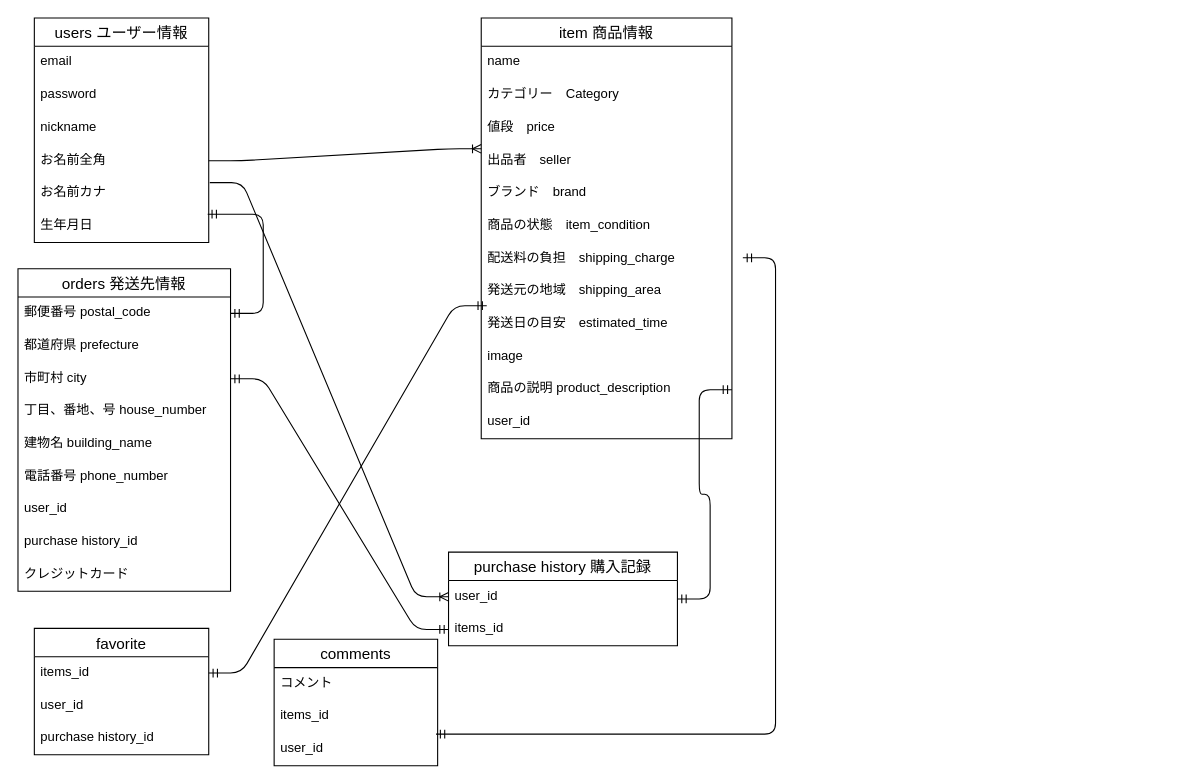
Above: test..dio in MasayukiU/furima-35825 (draw.io), before the change. Source tidied: cells renumbered, new cells numbered last; positions are measured from the earlier drawing's top-left corner, leaving out a move shared by most shapes. Both pictures are drawn from the tidied source at 109%, with x=0, y=0 at pixel (17, 17).
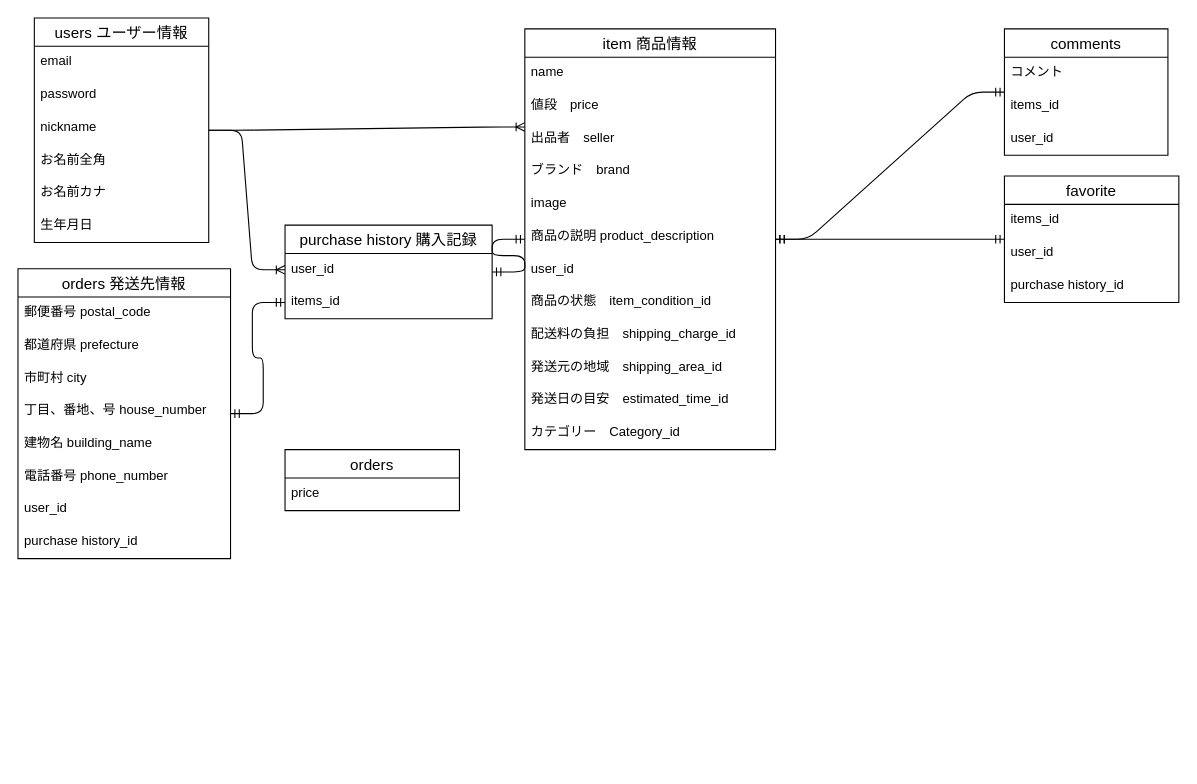
The same diagram, later.

Commit message (it also covers changes not shown here):
データベース設計 #1 修正

Unchanged cells that the change refers to:
```xml
<mxCell id="2" value="users ユーザー情報" style="swimlane;fontStyle=0;horizontal=1;startSize=26;align=center;fontSize=14;" parent="1" vertex="1">
  <mxGeometry x="15" width="160" height="206" as="geometry" />
</mxCell>
<mxCell id="6" value="お名前全角" style="text;strokeColor=none;fillColor=none;spacingLeft=4;spacingRight=4;overflow=hidden;points=[[0,0.5],[1,0.5]];portConstraint=eastwest;fontSize=12;" parent="2" vertex="1">
  <mxGeometry y="116" width="160" height="30" as="geometry" />
</mxCell>
<mxCell id="7" value="お名前カナ" style="text;strokeColor=none;fillColor=none;spacingLeft=4;spacingRight=4;overflow=hidden;points=[[0,0.5],[1,0.5]];portConstraint=eastwest;fontSize=12;" parent="2" vertex="1">
  <mxGeometry y="146" width="160" height="30" as="geometry" />
</mxCell>
<mxCell id="8" value="生年月日" style="text;strokeColor=none;fillColor=none;spacingLeft=4;spacingRight=4;overflow=hidden;points=[[0,0.5],[1,0.5]];portConstraint=eastwest;fontSize=12;" parent="2" vertex="1">
  <mxGeometry y="176" width="160" height="30" as="geometry" />
</mxCell>
<mxCell id="23" value="郵便番号 postal_code" style="text;strokeColor=none;fillColor=none;spacingLeft=4;spacingRight=4;overflow=hidden;points=[[0,0.5],[1,0.5]];portConstraint=eastwest;fontSize=12;" parent="22" vertex="1">
  <mxGeometry y="26" width="195" height="30" as="geometry" />
</mxCell>
<mxCell id="25" value="市町村 city&#10;" style="text;strokeColor=none;fillColor=none;spacingLeft=4;spacingRight=4;overflow=hidden;points=[[0,0.5],[1,0.5]];portConstraint=eastwest;fontSize=12;" parent="22" vertex="1">
  <mxGeometry y="86" width="195" height="30" as="geometry" />
</mxCell>
<mxCell id="35" value="user_id" style="text;strokeColor=none;fillColor=none;spacingLeft=4;spacingRight=4;overflow=hidden;points=[[0,0.5],[1,0.5]];portConstraint=eastwest;fontSize=12;" parent="32" vertex="1">
  <mxGeometry y="86" width="150" height="30" as="geometry" />
</mxCell>
<mxCell id="37" value="items_id" style="text;strokeColor=none;fillColor=none;spacingLeft=4;spacingRight=4;overflow=hidden;points=[[0,0.5],[1,0.5]];portConstraint=eastwest;fontSize=12;" parent="36" vertex="1">
  <mxGeometry y="26" width="160" height="30" as="geometry" />
</mxCell>
```

What changed in the source:
```diff
@@
     <mxCell id="9" value="item 商品情報" style="swimlane;fontStyle=0;horizontal=1;startSize=26;align=center;fontSize=14;" parent="1" vertex="1">
-      <mxGeometry x="425" width="230" height="386" as="geometry" />
+      <mxGeometry x="465" y="10" width="230" height="386" as="geometry" />
     </mxCell>
@@
-    <mxCell id="11" value="カテゴリー　Category&#10;&#10;" style="text;strokeColor=none;fillColor=none;spacingLeft=4;spacingRight=4;overflow=hidden;fontSize=12;" parent="9" vertex="1">
-      <mxGeometry y="56" width="230" height="30" as="geometry" />
-    </mxCell>
     <mxCell id="12" value="値段　price&#10;" style="text;strokeColor=none;fillColor=none;spacingLeft=4;spacingRight=4;overflow=hidden;fontSize=12;" parent="9" vertex="1">
-      <mxGeometry y="86" width="230" height="30" as="geometry" />
+      <mxGeometry y="56" width="230" height="30" as="geometry" />
     </mxCell>
     <mxCell id="13" value="出品者　seller" style="text;strokeColor=none;fillColor=none;spacingLeft=4;spacingRight=4;overflow=hidden;points=[[0,0.5],[1,0.5]];portConstraint=eastwest;fontSize=12;" parent="9" vertex="1">
-      <mxGeometry y="116" width="230" height="30" as="geometry" />
+      <mxGeometry y="86" width="230" height="30" as="geometry" />
     </mxCell>
     <mxCell id="14" value="ブランド　brand" style="text;strokeColor=none;fillColor=none;spacingLeft=4;spacingRight=4;overflow=hidden;fontSize=12;" parent="9" vertex="1">
-      <mxGeometry y="146" width="230" height="30" as="geometry" />
+      <mxGeometry y="116" width="230" height="30" as="geometry" />
     </mxCell>
+    <mxCell id="19" value="image&#10;" style="text;strokeColor=none;fillColor=none;spacingLeft=4;spacingRight=4;overflow=hidden;fontSize=12;" parent="9" vertex="1">
+      <mxGeometry y="146" width="230" height="30" as="geometry" />
+    </mxCell>
+    <mxCell id="20" value="商品の説明 product_description" style="text;strokeColor=none;fillColor=none;spacingLeft=4;spacingRight=4;overflow=hidden;fontSize=12;" parent="9" vertex="1">
+      <mxGeometry y="176" width="230" height="30" as="geometry" />
+    </mxCell>
+    <mxCell id="21" value="user_id" style="text;strokeColor=none;fillColor=none;spacingLeft=4;spacingRight=4;overflow=hidden;fontSize=12;" parent="9" vertex="1">
+      <mxGeometry y="206" width="230" height="30" as="geometry" />
+    </mxCell>
-    <mxCell id="15" value="商品の状態　item_condition" style="text;strokeColor=none;fillColor=none;spacingLeft=4;spacingRight=4;overflow=hidden;fontSize=12;" parent="9" vertex="1">
-      <mxGeometry y="176" width="230" height="30" as="geometry" />
+    <mxCell id="15" value="商品の状態　item_condition_id" style="text;strokeColor=none;fillColor=none;spacingLeft=4;spacingRight=4;overflow=hidden;fontSize=12;" parent="9" vertex="1">
+      <mxGeometry y="236" width="230" height="30" as="geometry" />
     </mxCell>
-    <mxCell id="16" value="配送料の負担　shipping_charge" style="text;strokeColor=none;fillColor=none;spacingLeft=4;spacingRight=4;overflow=hidden;fontSize=12;" parent="9" vertex="1">
-      <mxGeometry y="206" width="230" height="30" as="geometry" />
+    <mxCell id="16" value="配送料の負担　shipping_charge_id" style="text;strokeColor=none;fillColor=none;spacingLeft=4;spacingRight=4;overflow=hidden;fontSize=12;" parent="9" vertex="1">
+      <mxGeometry y="266" width="230" height="30" as="geometry" />
     </mxCell>
-    <mxCell id="17" value="発送元の地域　shipping_area" style="text;strokeColor=none;fillColor=none;spacingLeft=4;spacingRight=4;overflow=hidden;fontSize=12;" parent="9" vertex="1">
-      <mxGeometry y="236" width="230" height="30" as="geometry" />
+    <mxCell id="17" value="発送元の地域　shipping_area_id" style="text;strokeColor=none;fillColor=none;spacingLeft=4;spacingRight=4;overflow=hidden;fontSize=12;" parent="9" vertex="1">
+      <mxGeometry y="296" width="230" height="30" as="geometry" />
     </mxCell>
-    <mxCell id="18" value="発送日の目安　estimated_time" style="text;strokeColor=none;fillColor=none;spacingLeft=4;spacingRight=4;overflow=hidden;points=[[0,0.5],[1,0.5]];portConstraint=eastwest;fontSize=12;" parent="9" vertex="1">
-      <mxGeometry y="266" width="230" height="30" as="geometry" />
+    <mxCell id="18" value="発送日の目安　estimated_time_id" style="text;strokeColor=none;fillColor=none;spacingLeft=4;spacingRight=4;overflow=hidden;points=[[0,0.5],[1,0.5]];portConstraint=eastwest;fontSize=12;" parent="9" vertex="1">
+      <mxGeometry y="326" width="230" height="30" as="geometry" />
     </mxCell>
-    <mxCell id="19" value="image&#10;" style="text;strokeColor=none;fillColor=none;spacingLeft=4;spacingRight=4;overflow=hidden;fontSize=12;" parent="9" vertex="1">
-      <mxGeometry y="296" width="230" height="30" as="geometry" />
-    </mxCell>
-    <mxCell id="20" value="商品の説明 product_description" style="text;strokeColor=none;fillColor=none;spacingLeft=4;spacingRight=4;overflow=hidden;fontSize=12;" parent="9" vertex="1">
-      <mxGeometry y="326" width="230" height="30" as="geometry" />
-    </mxCell>
-    <mxCell id="21" value="user_id" style="text;strokeColor=none;fillColor=none;spacingLeft=4;spacingRight=4;overflow=hidden;fontSize=12;" parent="9" vertex="1">
-      <mxGeometry y="356" width="230" height="30" as="geometry" />
-    </mxCell>
+    <mxCell id="11" value="カテゴリー　Category_id" style="text;strokeColor=none;fillColor=none;spacingLeft=4;spacingRight=4;overflow=hidden;fontSize=12;" parent="9" vertex="1">
+      <mxGeometry y="356" width="230" height="30" as="geometry" />
+    </mxCell>
     <mxCell id="22" value="orders 発送先情報" style="swimlane;fontStyle=0;horizontal=1;startSize=26;align=center;fontSize=14;" parent="1" vertex="1">
-      <mxGeometry y="230" width="195" height="296" as="geometry" />
+      <mxGeometry y="230" width="195" height="266" as="geometry" />
     </mxCell>
@@
-    <mxCell id="31" value="クレジットカード" style="text;strokeColor=none;fillColor=none;spacingLeft=4;spacingRight=4;overflow=hidden;fontSize=12;" parent="22" vertex="1">
-      <mxGeometry y="266" width="195" height="30" as="geometry" />
-    </mxCell>
     <mxCell id="32" value="comments" style="swimlane;fontStyle=0;horizontal=1;startSize=26;align=center;fontSize=14;" parent="1" vertex="1">
-      <mxGeometry x="235" y="570" width="150" height="116" as="geometry" />
+      <mxGeometry x="905" y="10" width="150" height="116" as="geometry" />
     </mxCell>
@@
     <mxCell id="36" value="favorite" style="swimlane;fontStyle=0;horizontal=1;startSize=26;align=center;fontSize=14;" parent="1" vertex="1">
-      <mxGeometry x="15" y="560" width="160" height="116" as="geometry" />
+      <mxGeometry x="905" y="145" width="160" height="116" as="geometry" />
     </mxCell>
@@
     <mxCell id="40" value="purchase history 購入記録" style="swimlane;fontStyle=0;horizontal=1;startSize=26;align=center;fontSize=14;" parent="1" vertex="1">
-      <mxGeometry x="395" y="490" width="210" height="86" as="geometry" />
+      <mxGeometry x="245" y="190" width="190" height="86" as="geometry" />
     </mxCell>
     <mxCell id="41" value="user_id" style="text;strokeColor=none;fillColor=none;spacingLeft=4;spacingRight=4;overflow=hidden;points=[[0,0.5],[1,0.5]];portConstraint=eastwest;fontSize=12;" parent="40" vertex="1">
-      <mxGeometry y="26" width="210" height="30" as="geometry" />
+      <mxGeometry y="26" width="190" height="30" as="geometry" />
     </mxCell>
     <mxCell id="42" value="items_id" style="text;strokeColor=none;fillColor=none;spacingLeft=4;spacingRight=4;overflow=hidden;points=[[0,0.5],[1,0.5]];portConstraint=eastwest;fontSize=12;" parent="40" vertex="1">
-      <mxGeometry y="56" width="210" height="30" as="geometry" />
+      <mxGeometry y="56" width="190" height="30" as="geometry" />
     </mxCell>
-    <mxCell id="43" style="edgeStyle=entityRelationEdgeStyle;fontSize=12;html=1;endArrow=ERoneToMany;entryX=0;entryY=0.133;entryDx=0;entryDy=0;entryPerimeter=0;" parent="1" edge="1" source="6" target="13">
+    <mxCell id="43" style="edgeStyle=entityRelationEdgeStyle;fontSize=12;html=1;endArrow=ERoneToMany;entryX=0;entryY=0.133;entryDx=0;entryDy=0;entryPerimeter=0;" parent="1" edge="1" source="2" target="13">
       <mxGeometry relative="1" as="geometry" />
     </mxCell>
-    <mxCell id="44" style="edgeStyle=entityRelationEdgeStyle;fontSize=12;html=1;endArrow=ERoneToMany;entryX=0;entryY=0.5;entryDx=0;entryDy=0;exitX=1.006;exitY=0.167;exitDx=0;exitDy=0;exitPerimeter=0;" parent="1" edge="1" source="7" target="41">
+    <mxCell id="44" style="edgeStyle=entityRelationEdgeStyle;fontSize=12;html=1;endArrow=ERoneToMany;entryX=0;entryY=0.5;entryDx=0;entryDy=0;" parent="1" edge="1" source="2" target="41">
       <mxGeometry relative="1" as="geometry" />
     </mxCell>
-    <mxCell id="45" style="edgeStyle=entityRelationEdgeStyle;fontSize=12;html=1;endArrow=ERmandOne;startArrow=ERmandOne;" parent="1" edge="1" source="40">
-      <mxGeometry relative="1" as="geometry">
-        <mxPoint x="655" y="341" as="targetPoint" />
-      </mxGeometry>
-    </mxCell>
-    <mxCell id="46" style="edgeStyle=entityRelationEdgeStyle;fontSize=12;html=1;endArrow=ERmandOne;startArrow=ERmandOne;" parent="1" edge="1" source="42" target="25">
+    <mxCell id="46" style="edgeStyle=entityRelationEdgeStyle;fontSize=12;html=1;endArrow=ERmandOne;startArrow=ERmandOne;" parent="1" edge="1" source="42" target="22">
       <mxGeometry relative="1" as="geometry" />
     </mxCell>
-    <mxCell id="47" style="edgeStyle=entityRelationEdgeStyle;fontSize=12;html=1;endArrow=ERmandOne;startArrow=ERmandOne;entryX=0.99;entryY=0.033;entryDx=0;entryDy=0;entryPerimeter=0;" parent="1" edge="1" target="35">
-      <mxGeometry relative="1" as="geometry">
-        <mxPoint x="665" y="220" as="sourcePoint" />
-      </mxGeometry>
-    </mxCell>
-    <mxCell id="48" style="edgeStyle=entityRelationEdgeStyle;fontSize=12;html=1;endArrow=ERmandOne;startArrow=ERmandOne;entryX=0.022;entryY=-0.067;entryDx=0;entryDy=0;entryPerimeter=0;exitX=1;exitY=0.5;exitDx=0;exitDy=0;" parent="1" edge="1" source="37" target="18">
-      <mxGeometry relative="1" as="geometry" />
-    </mxCell>
-    <mxCell id="49" style="edgeStyle=entityRelationEdgeStyle;fontSize=12;html=1;endArrow=ERmandOne;startArrow=ERmandOne;exitX=0.994;exitY=0.133;exitDx=0;exitDy=0;exitPerimeter=0;" parent="1" edge="1" source="8" target="23">
-      <mxGeometry relative="1" as="geometry" />
-    </mxCell>
+    <mxCell id="50" style="edgeStyle=entityRelationEdgeStyle;fontSize=12;html=1;endArrow=ERmandOne;startArrow=ERmandOne;" parent="1" edge="1" source="9" target="36">
+      <mxGeometry relative="1" as="geometry" />
+    </mxCell>
+    <mxCell id="51" style="edgeStyle=entityRelationEdgeStyle;fontSize=12;html=1;endArrow=ERmandOne;startArrow=ERmandOne;" parent="1" edge="1" source="9" target="32">
+      <mxGeometry relative="1" as="geometry" />
+    </mxCell>
+    <mxCell id="52" style="edgeStyle=entityRelationEdgeStyle;fontSize=12;html=1;endArrow=ERmandOne;startArrow=ERmandOne;" parent="1" edge="1" source="9" target="40">
+      <mxGeometry relative="1" as="geometry" />
+    </mxCell>
+    <mxCell id="53" value="orders" style="swimlane;fontStyle=0;horizontal=1;startSize=26;align=center;fontSize=14;" parent="1" vertex="1">
+      <mxGeometry x="245" y="396" width="160" height="56" as="geometry" />
+    </mxCell>
+    <mxCell id="54" value="price" style="text;strokeColor=none;fillColor=none;spacingLeft=4;spacingRight=4;overflow=hidden;fontSize=12;" parent="53" vertex="1">
+      <mxGeometry y="26" width="160" height="30" as="geometry" />
+    </mxCell>
```
